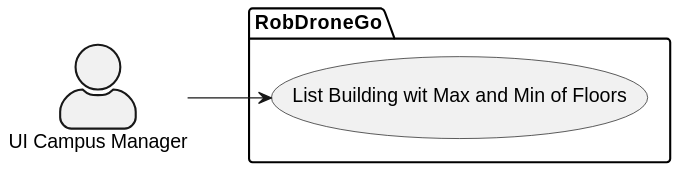
Above: Visualization/docs/US_1120/Diagrams/Level1/SceneryView.svg in Pedro-Pereira1/sem5pi_23_24_g056_Visualization (PlantUML), before the change. The source it was exported from:
```plantuml
@startuml
left to right direction

skinparam actorStyle awesome

actor "UI Campus Manager" as CM

package  RobDroneGo  {
  usecase "List Building wit Max and Min of Floors" as UC2
}
CM --> UC2
@enduml
```
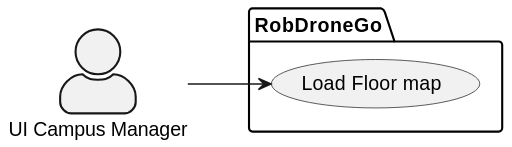
The same file after the commit.

The edit, as a diff of the source:
```diff
@@ -1,4 +1,4 @@
-@startuml
+@startuml scenaryLevel1
 left to right direction
 
 skinparam actorStyle awesome
@@ -6,7 +6,7 @@
 actor "UI Campus Manager" as CM
 
 package  RobDroneGo  {
-  usecase "List Building wit Max and Min of Floors" as UC2
+  usecase "Load Floor map" as UC2
 }
 CM --> UC2
 @enduml
```
